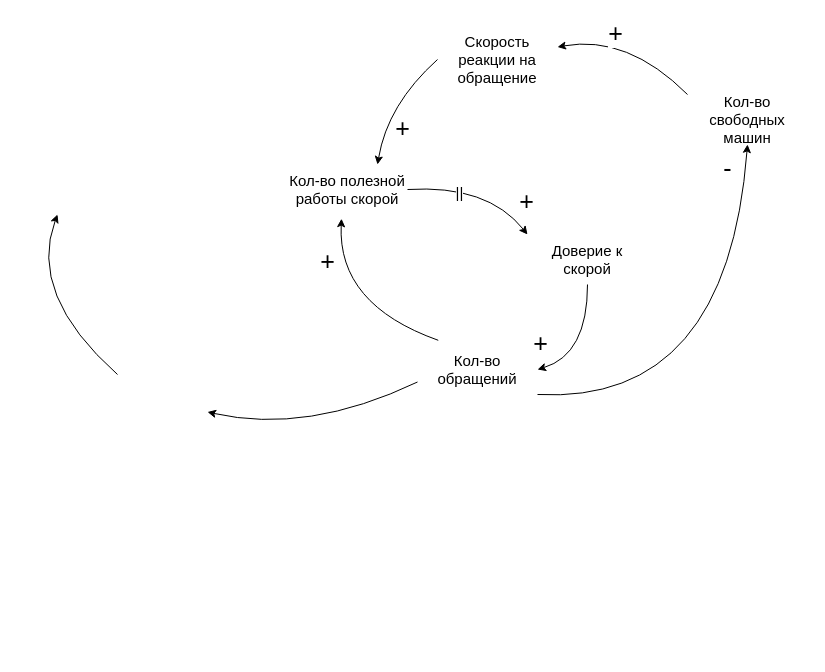
Shugarov/Imit_Mod keeps this draw.io diagram as lab_5.drawio. Above is the earlier version. Source tidied: cells renumbered, new cells numbered last; positions are measured from the earlier drawing's top-left corner, leaving out a move shared by most shapes. Both pictures are drawn from the tidied source at 100%, with x=0, y=0 at pixel (27, 34).
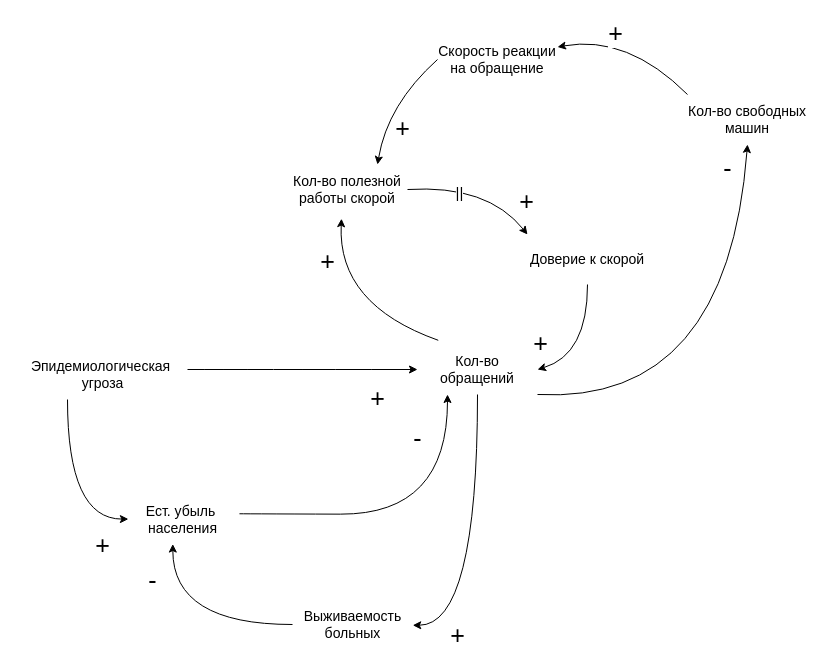
The same diagram, later.

Change to the diagram source:
```diff
@@
-    <mxCell id="9" style="curved=1;endArrow=classic;html=1;rounded=0;exitX=0;exitY=0.75;exitDx=0;exitDy=0;entryX=1;entryY=0.75;entryDx=0;entryDy=0;" parent="1" edge="1" source="12">
-      <mxGeometry relative="1" as="geometry">
-        <mxPoint x="180" y="377.5" as="targetPoint" />
-        <Array as="points">
-          <mxPoint x="280" y="400" />
-        </Array>
-      </mxGeometry>
-    </mxCell>
-    <mxCell id="10" value="&lt;span style=&quot;font-size: 15px;&quot;&gt;Кол-во полезной работы скорой&lt;/span&gt;" style="text;html=1;align=center;verticalAlign=middle;whiteSpace=wrap;rounded=0;" parent="1" vertex="1">
+    <mxCell id="10" value="&lt;span style=&quot;font-size: 14px;&quot;&gt;Кол-во полезной работы скорой&lt;/span&gt;" style="text;html=1;align=center;verticalAlign=middle;whiteSpace=wrap;rounded=0;fontSize=14;" parent="1" vertex="1">
       <mxGeometry x="260" y="130" width="120" height="50" as="geometry" />
     </mxCell>
-    <mxCell id="11" value="&lt;font style=&quot;font-size: 15px;&quot;&gt;Доверие к скорой&lt;/font&gt;" style="text;html=1;align=center;verticalAlign=middle;whiteSpace=wrap;rounded=0;" parent="1" vertex="1">
+    <mxCell id="11" value="&lt;font style=&quot;font-size: 14px;&quot;&gt;Доверие к скорой&lt;/font&gt;" style="text;html=1;align=center;verticalAlign=middle;whiteSpace=wrap;rounded=0;fontSize=14;" parent="1" vertex="1">
       <mxGeometry x="500" y="200" width="120" height="50" as="geometry" />
     </mxCell>
+    <mxCell id="22" style="edgeStyle=orthogonalEdgeStyle;rounded=0;jettySize=auto;html=1;entryX=1.002;entryY=0.515;entryDx=0;entryDy=0;entryPerimeter=0;exitX=0.5;exitY=1;exitDx=0;exitDy=0;curved=1;" parent="1" edge="1" source="12" target="26">
+      <mxGeometry relative="1" as="geometry" />
+    </mxCell>
-    <mxCell id="12" value="&lt;font style=&quot;font-size: 15px;&quot;&gt;Кол-во обращений&lt;/font&gt;" style="text;html=1;align=center;verticalAlign=middle;whiteSpace=wrap;rounded=0;" parent="1" vertex="1">
+    <mxCell id="12" value="&lt;font style=&quot;font-size: 14px;&quot;&gt;Кол-во обращений&lt;/font&gt;" style="text;html=1;align=center;verticalAlign=middle;whiteSpace=wrap;rounded=0;fontSize=14;" parent="1" vertex="1">
       <mxGeometry x="390" y="310" width="120" height="50" as="geometry" />
     </mxCell>
-    <mxCell id="13" value="&lt;font style=&quot;font-size: 15px;&quot;&gt;Скорость реакции на обращение&lt;/font&gt;" style="text;html=1;align=center;verticalAlign=middle;whiteSpace=wrap;rounded=0;" parent="1" vertex="1">
+    <mxCell id="13" value="&lt;font style=&quot;font-size: 14px;&quot;&gt;Скорость реакции на обращение&lt;/font&gt;" style="text;html=1;align=center;verticalAlign=middle;whiteSpace=wrap;rounded=0;fontSize=14;" parent="1" vertex="1">
       <mxGeometry x="410" width="120" height="50" as="geometry" />
     </mxCell>
@@
-    <mxCell id="16" value="&lt;font style=&quot;font-size: 15px;&quot;&gt;Кол-во свободных машин&lt;/font&gt;" style="text;html=1;align=center;verticalAlign=middle;whiteSpace=wrap;rounded=0;" parent="1" vertex="1">
+    <mxCell id="16" value="&lt;font style=&quot;font-size: 14px;&quot;&gt;Кол-во свободных машин&lt;/font&gt;" style="text;html=1;align=center;verticalAlign=middle;whiteSpace=wrap;rounded=0;fontSize=14;" parent="1" vertex="1">
       <mxGeometry x="660" y="60" width="120" height="50" as="geometry" />
     </mxCell>
@@
-    <mxCell id="21" style="curved=1;endArrow=classic;html=1;rounded=0;exitX=0.25;exitY=0;exitDx=0;exitDy=0;entryX=0.25;entryY=1;entryDx=0;entryDy=0;" parent="1" edge="1">
-      <mxGeometry relative="1" as="geometry">
-        <mxPoint x="90" y="340" as="sourcePoint" />
-        <mxPoint x="30" y="180" as="targetPoint" />
-        <Array as="points">
-          <mxPoint y="260" />
-        </Array>
-      </mxGeometry>
-    </mxCell>
+    <mxCell id="23" style="edgeStyle=orthogonalEdgeStyle;rounded=0;jettySize=auto;html=1;entryX=0;entryY=0.5;entryDx=0;entryDy=0;curved=1;" parent="1" edge="1" source="24" target="12">
+      <mxGeometry relative="1" as="geometry">
+        <Array as="points">
+          <mxPoint x="220" y="335" />
+          <mxPoint x="220" y="335" />
+        </Array>
+      </mxGeometry>
+    </mxCell>
+    <mxCell id="24" value="Эпидемиологическая&amp;nbsp;&lt;div style=&quot;font-size: 14px;&quot;&gt;&lt;span style=&quot;background-color: initial; font-size: 14px;&quot;&gt;угроза&lt;/span&gt;&lt;br style=&quot;font-size: 14px;&quot;&gt;&lt;/div&gt;" style="text;html=1;align=center;verticalAlign=middle;points=[];strokeColor=none;fillColor=none;fontSize=14;" parent="1" vertex="1">
+      <mxGeometry x="-10" y="315" width="170" height="50" as="geometry" />
+    </mxCell>
+    <mxCell id="25" value="Ест. убыль&amp;nbsp;&lt;div style=&quot;font-size: 14px;&quot;&gt;населения&lt;/div&gt;" style="text;html=1;align=center;verticalAlign=middle;points=[];strokeColor=none;fillColor=none;fontSize=14;" parent="1" vertex="1">
+      <mxGeometry x="105" y="460" width="100" height="50" as="geometry" />
+    </mxCell>
+    <mxCell id="26" value="Выживаемость&lt;div style=&quot;font-size: 14px;&quot;&gt;больных&lt;/div&gt;" style="text;html=1;align=center;verticalAlign=middle;points=[];strokeColor=none;fillColor=none;fontSize=14;" parent="1" vertex="1">
+      <mxGeometry x="265" y="565" width="120" height="50" as="geometry" />
+    </mxCell>
+    <mxCell id="27" style="edgeStyle=orthogonalEdgeStyle;rounded=0;jettySize=auto;html=1;entryX=0.403;entryY=0.991;entryDx=0;entryDy=0;entryPerimeter=0;curved=1;" parent="1" edge="1" source="26" target="25">
+      <mxGeometry relative="1" as="geometry" />
+    </mxCell>
+    <mxCell id="28" style="edgeStyle=orthogonalEdgeStyle;rounded=0;jettySize=auto;html=1;entryX=0.25;entryY=1;entryDx=0;entryDy=0;curved=1;exitX=1.069;exitY=0.385;exitDx=0;exitDy=0;exitPerimeter=0;" parent="1" edge="1" source="25" target="12">
+      <mxGeometry relative="1" as="geometry">
+        <Array as="points">
+          <mxPoint x="206" y="480" />
+          <mxPoint x="420" y="480" />
+        </Array>
+      </mxGeometry>
+    </mxCell>
+    <mxCell id="29" value="+" style="text;html=1;align=center;verticalAlign=middle;strokeColor=none;fillColor=none;fontSize=25;" parent="1" vertex="1">
+      <mxGeometry x="330" y="343" width="40" height="40" as="geometry" />
+    </mxCell>
+    <mxCell id="30" value="+" style="text;html=1;align=center;verticalAlign=middle;strokeColor=none;fillColor=none;fontSize=25;" parent="1" vertex="1">
+      <mxGeometry x="410" y="580" width="40" height="40" as="geometry" />
+    </mxCell>
+    <mxCell id="31" value="+" style="text;html=1;align=center;verticalAlign=middle;strokeColor=none;fillColor=none;fontSize=25;" parent="1" vertex="1">
+      <mxGeometry x="55" y="490" width="40" height="40" as="geometry" />
+    </mxCell>
+    <mxCell id="32" value="-" style="text;html=1;align=center;verticalAlign=middle;strokeColor=none;fillColor=none;fontSize=25;" parent="1" vertex="1">
+      <mxGeometry x="375" y="383" width="30" height="40" as="geometry" />
+    </mxCell>
+    <mxCell id="33" value="-" style="text;html=1;align=center;verticalAlign=middle;strokeColor=none;fillColor=none;fontSize=25;" parent="1" vertex="1">
+      <mxGeometry x="110" y="525" width="30" height="40" as="geometry" />
+    </mxCell>
+    <mxCell id="34" style="edgeStyle=orthogonalEdgeStyle;rounded=0;jettySize=auto;html=1;entryX=-0.041;entryY=0.492;entryDx=0;entryDy=0;entryPerimeter=0;curved=1;" parent="1" edge="1" source="24" target="25">
+      <mxGeometry relative="1" as="geometry">
+        <Array as="points">
+          <mxPoint x="40" y="485" />
+        </Array>
+      </mxGeometry>
+    </mxCell>
```
